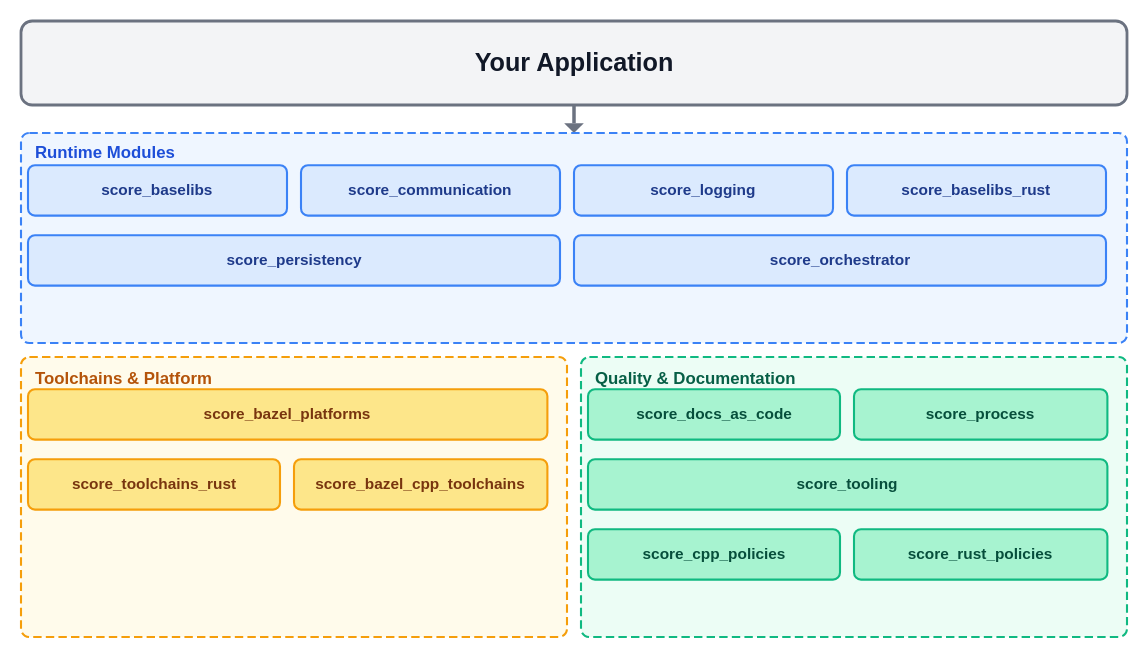
The draw.io diagram main/_images/module_deps.drawio.svg in MaximilianSoerenPollak/score, before a commit. Source tidied: cells renumbered, new cells last; positions are measured from the earlier drawing's top-left corner, leaving out a move shared by most shapes. Source of this version:
```xml
<mxGraphModel>
  <root>
    <mxCell id="0" />
    <mxCell id="1" parent="0" />
    <mxCell id="2" value="Your Application" style="rounded=1;whiteSpace=wrap;html=1;fillColor=#F3F4F6;strokeColor=#6B7280;fontStyle=1;fontSize=14;" parent="1" vertex="1">
      <mxGeometry width="790" height="60" as="geometry" />
    </mxCell>
    <mxCell id="3" value="Runtime Modules" style="rounded=1;html=1;fillColor=#EFF6FF;strokeColor=#3B82F6;dashed=1;dashPattern=6 3;verticalAlign=top;align=left;spacingLeft=8;spacingTop=2;fontStyle=1;fontSize=12;fontColor=#1D4ED8;" parent="1" vertex="1">
      <mxGeometry y="80" width="790" height="150" as="geometry" />
    </mxCell>
    <mxCell id="4" value="score_baselibs" style="rounded=1;whiteSpace=wrap;html=1;fillColor=#DBEAFE;strokeColor=#3B82F6;fontColor=#1E3A8A;fontStyle=1;" parent="1" vertex="1">
      <mxGeometry x="5" y="103" width="185" height="36" as="geometry" />
    </mxCell>
    <mxCell id="5" value="score_communication" style="rounded=1;whiteSpace=wrap;html=1;fillColor=#DBEAFE;strokeColor=#3B82F6;fontColor=#1E3A8A;fontStyle=1;" parent="1" vertex="1">
      <mxGeometry x="200" y="103" width="185" height="36" as="geometry" />
    </mxCell>
    <mxCell id="6" value="score_logging" style="rounded=1;whiteSpace=wrap;html=1;fillColor=#DBEAFE;strokeColor=#3B82F6;fontColor=#1E3A8A;fontStyle=1;" parent="1" vertex="1">
      <mxGeometry x="395" y="103" width="185" height="36" as="geometry" />
    </mxCell>
    <mxCell id="7" value="score_baselibs_rust" style="rounded=1;whiteSpace=wrap;html=1;fillColor=#DBEAFE;strokeColor=#3B82F6;fontColor=#1E3A8A;fontStyle=1;" parent="1" vertex="1">
      <mxGeometry x="590" y="103" width="185" height="36" as="geometry" />
    </mxCell>
    <mxCell id="8" value="score_persistency" style="rounded=1;whiteSpace=wrap;html=1;fillColor=#DBEAFE;strokeColor=#3B82F6;fontColor=#1E3A8A;fontStyle=1;" parent="1" vertex="1">
      <mxGeometry x="5" y="153" width="380" height="36" as="geometry" />
    </mxCell>
    <mxCell id="9" value="score_orchestrator" style="rounded=1;whiteSpace=wrap;html=1;fillColor=#DBEAFE;strokeColor=#3B82F6;fontColor=#1E3A8A;fontStyle=1;" parent="1" vertex="1">
      <mxGeometry x="395" y="153" width="380" height="36" as="geometry" />
    </mxCell>
    <mxCell id="10" value="Toolchains &amp; Platform" style="rounded=1;html=1;fillColor=#FFFBEB;strokeColor=#F59E0B;dashed=1;dashPattern=6 3;verticalAlign=top;align=left;spacingLeft=8;spacingTop=2;fontStyle=1;fontSize=12;fontColor=#B45309;" parent="1" vertex="1">
      <mxGeometry y="240" width="390" height="200" as="geometry" />
    </mxCell>
    <mxCell id="11" value="score_bazel_platforms" style="rounded=1;whiteSpace=wrap;html=1;fillColor=#FDE68A;strokeColor=#F59E0B;fontColor=#78350F;fontStyle=1;" parent="1" vertex="1">
      <mxGeometry x="5" y="263" width="371" height="36" as="geometry" />
    </mxCell>
    <mxCell id="12" value="score_toolchains_rust" style="rounded=1;whiteSpace=wrap;html=1;fillColor=#FDE68A;strokeColor=#F59E0B;fontColor=#78350F;fontStyle=1;" parent="1" vertex="1">
      <mxGeometry x="5" y="313" width="180" height="36" as="geometry" />
    </mxCell>
    <mxCell id="13" value="score_bazel_cpp_toolchains" style="rounded=1;whiteSpace=wrap;html=1;fillColor=#FDE68A;strokeColor=#F59E0B;fontColor=#78350F;fontStyle=1;" parent="1" vertex="1">
      <mxGeometry x="195" y="313" width="181" height="36" as="geometry" />
    </mxCell>
    <mxCell id="14" value="Quality &amp; Documentation" style="rounded=1;html=1;fillColor=#ECFDF5;strokeColor=#10B981;dashed=1;dashPattern=6 3;verticalAlign=top;align=left;spacingLeft=8;spacingTop=2;fontStyle=1;fontSize=12;fontColor=#065F46;" parent="1" vertex="1">
      <mxGeometry x="400" y="240" width="390" height="200" as="geometry" />
    </mxCell>
    <mxCell id="15" value="score_docs_as_code" style="rounded=1;whiteSpace=wrap;html=1;fillColor=#A7F3D0;strokeColor=#10B981;fontColor=#064E3B;fontStyle=1;" parent="1" vertex="1">
      <mxGeometry x="405" y="263" width="180" height="36" as="geometry" />
    </mxCell>
    <mxCell id="16" value="score_process" style="rounded=1;whiteSpace=wrap;html=1;fillColor=#A7F3D0;strokeColor=#10B981;fontColor=#064E3B;fontStyle=1;" parent="1" vertex="1">
      <mxGeometry x="595" y="263" width="181" height="36" as="geometry" />
    </mxCell>
    <mxCell id="17" value="score_tooling" style="rounded=1;whiteSpace=wrap;html=1;fillColor=#A7F3D0;strokeColor=#10B981;fontColor=#064E3B;fontStyle=1;" parent="1" vertex="1">
      <mxGeometry x="405" y="313" width="371" height="36" as="geometry" />
    </mxCell>
    <mxCell id="18" value="score_rust_policies" style="rounded=1;whiteSpace=wrap;html=1;fillColor=#A7F3D0;strokeColor=#10B981;fontColor=#064E3B;fontStyle=1;" parent="1" vertex="1">
      <mxGeometry x="595" y="363" width="181" height="36" as="geometry" />
    </mxCell>
    <mxCell id="19" value="score_cpp_policies" style="rounded=1;whiteSpace=wrap;html=1;fillColor=#A7F3D0;strokeColor=#10B981;fontColor=#064E3B;fontStyle=1;" parent="1" vertex="1">
      <mxGeometry x="405" y="363" width="180" height="36" as="geometry" />
    </mxCell>
    <mxCell id="20" style="edgeStyle=orthogonalEdgeStyle;rounded=0;jettySize=auto;exitX=0.5;exitY=1;exitDx=0;exitDy=0;entryX=0.5;entryY=0;entryDx=0;entryDy=0;strokeColor=#6B7280;strokeWidth=2.5;fillColor=#6B7280;" parent="1" edge="1" source="2" target="3">
      <mxGeometry relative="1" as="geometry" />
    </mxCell>
  </root>
</mxGraphModel>
```
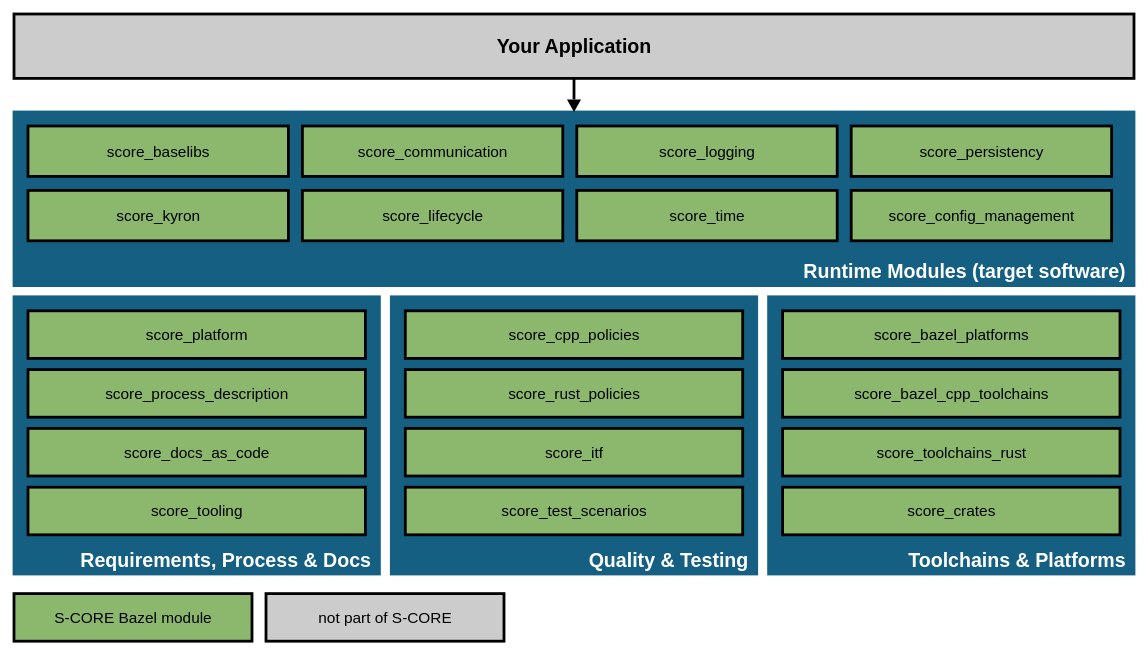
The same file after the commit.

What changed in the source:
```diff
@@ -2,62 +2,89 @@
   <root>
     <mxCell id="0" />
     <mxCell id="1" parent="0" />
-    <mxCell id="2" value="Your Application" style="rounded=1;whiteSpace=wrap;html=1;fillColor=#F3F4F6;strokeColor=#6B7280;fontStyle=1;fontSize=14;" parent="1" vertex="1">
-      <mxGeometry width="790" height="60" as="geometry" />
+    <mxCell id="2" value="Your Application" style="rounded=0;whiteSpace=wrap;html=1;strokeWidth=2;fillColor=#CCCCCC;strokeColor=#000000;fontColor=#000000;fontSize=14;spacing=4;fontStyle=1;" parent="1" vertex="1">
+      <mxGeometry x="-5" y="-5" width="800" height="46" as="geometry" />
     </mxCell>
-    <mxCell id="3" value="Runtime Modules" style="rounded=1;html=1;fillColor=#EFF6FF;strokeColor=#3B82F6;dashed=1;dashPattern=6 3;verticalAlign=top;align=left;spacingLeft=8;spacingTop=2;fontStyle=1;fontSize=12;fontColor=#1D4ED8;" parent="1" vertex="1">
-      <mxGeometry y="80" width="790" height="150" as="geometry" />
+    <mxCell id="3" value="Runtime Modules (target software)" style="rounded=0;whiteSpace=wrap;html=1;strokeWidth=2;fillColor=#156082;strokeColor=#156082;fontColor=#FFFFFF;fontStyle=1;fontSize=14;align=right;verticalAlign=bottom;spacing=4;" parent="1" vertex="1">
+      <mxGeometry x="-5" y="65" width="800" height="124" as="geometry" />
     </mxCell>
-    <mxCell id="4" value="score_baselibs" style="rounded=1;whiteSpace=wrap;html=1;fillColor=#DBEAFE;strokeColor=#3B82F6;fontColor=#1E3A8A;fontStyle=1;" parent="1" vertex="1">
-      <mxGeometry x="5" y="103" width="185" height="36" as="geometry" />
+    <mxCell id="4" style="endArrow=block;endFill=1;html=1;strokeWidth=2;strokeColor=#000000;" parent="1" edge="1" source="2" target="3">
+      <mxGeometry relative="1" as="geometry" />
     </mxCell>
-    <mxCell id="5" value="score_communication" style="rounded=1;whiteSpace=wrap;html=1;fillColor=#DBEAFE;strokeColor=#3B82F6;fontColor=#1E3A8A;fontStyle=1;" parent="1" vertex="1">
-      <mxGeometry x="200" y="103" width="185" height="36" as="geometry" />
+    <mxCell id="5" value="score_baselibs" style="rounded=0;whiteSpace=wrap;html=1;strokeWidth=2;fillColor=#8BB86D;strokeColor=#000000;fontColor=#000000;fontSize=11;spacing=4;" parent="1" vertex="1">
+      <mxGeometry x="5" y="75" width="186" height="36" as="geometry" />
     </mxCell>
-    <mxCell id="6" value="score_logging" style="rounded=1;whiteSpace=wrap;html=1;fillColor=#DBEAFE;strokeColor=#3B82F6;fontColor=#1E3A8A;fontStyle=1;" parent="1" vertex="1">
-      <mxGeometry x="395" y="103" width="185" height="36" as="geometry" />
+    <mxCell id="6" value="score_communication" style="rounded=0;whiteSpace=wrap;html=1;strokeWidth=2;fillColor=#8BB86D;strokeColor=#000000;fontColor=#000000;fontSize=11;spacing=4;" parent="1" vertex="1">
+      <mxGeometry x="201" y="75" width="186" height="36" as="geometry" />
     </mxCell>
-    <mxCell id="7" value="score_baselibs_rust" style="rounded=1;whiteSpace=wrap;html=1;fillColor=#DBEAFE;strokeColor=#3B82F6;fontColor=#1E3A8A;fontStyle=1;" parent="1" vertex="1">
-      <mxGeometry x="590" y="103" width="185" height="36" as="geometry" />
+    <mxCell id="7" value="score_logging" style="rounded=0;whiteSpace=wrap;html=1;strokeWidth=2;fillColor=#8BB86D;strokeColor=#000000;fontColor=#000000;fontSize=11;spacing=4;" parent="1" vertex="1">
+      <mxGeometry x="397" y="75" width="186" height="36" as="geometry" />
     </mxCell>
-    <mxCell id="8" value="score_persistency" style="rounded=1;whiteSpace=wrap;html=1;fillColor=#DBEAFE;strokeColor=#3B82F6;fontColor=#1E3A8A;fontStyle=1;" parent="1" vertex="1">
-      <mxGeometry x="5" y="153" width="380" height="36" as="geometry" />
+    <mxCell id="8" value="score_persistency" style="rounded=0;whiteSpace=wrap;html=1;strokeWidth=2;fillColor=#8BB86D;strokeColor=#000000;fontColor=#000000;fontSize=11;spacing=4;" parent="1" vertex="1">
+      <mxGeometry x="593" y="75" width="186" height="36" as="geometry" />
     </mxCell>
-    <mxCell id="9" value="score_orchestrator" style="rounded=1;whiteSpace=wrap;html=1;fillColor=#DBEAFE;strokeColor=#3B82F6;fontColor=#1E3A8A;fontStyle=1;" parent="1" vertex="1">
-      <mxGeometry x="395" y="153" width="380" height="36" as="geometry" />
+    <mxCell id="9" value="score_kyron" style="rounded=0;whiteSpace=wrap;html=1;strokeWidth=2;fillColor=#8BB86D;strokeColor=#000000;fontColor=#000000;fontSize=11;spacing=4;" parent="1" vertex="1">
+      <mxGeometry x="5" y="121" width="186" height="36" as="geometry" />
     </mxCell>
-    <mxCell id="10" value="Toolchains &amp; Platform" style="rounded=1;html=1;fillColor=#FFFBEB;strokeColor=#F59E0B;dashed=1;dashPattern=6 3;verticalAlign=top;align=left;spacingLeft=8;spacingTop=2;fontStyle=1;fontSize=12;fontColor=#B45309;" parent="1" vertex="1">
-      <mxGeometry y="240" width="390" height="200" as="geometry" />
+    <mxCell id="10" value="score_lifecycle" style="rounded=0;whiteSpace=wrap;html=1;strokeWidth=2;fillColor=#8BB86D;strokeColor=#000000;fontColor=#000000;fontSize=11;spacing=4;" parent="1" vertex="1">
+      <mxGeometry x="201" y="121" width="186" height="36" as="geometry" />
     </mxCell>
-    <mxCell id="11" value="score_bazel_platforms" style="rounded=1;whiteSpace=wrap;html=1;fillColor=#FDE68A;strokeColor=#F59E0B;fontColor=#78350F;fontStyle=1;" parent="1" vertex="1">
-      <mxGeometry x="5" y="263" width="371" height="36" as="geometry" />
+    <mxCell id="11" value="score_time" style="rounded=0;whiteSpace=wrap;html=1;strokeWidth=2;fillColor=#8BB86D;strokeColor=#000000;fontColor=#000000;fontSize=11;spacing=4;" parent="1" vertex="1">
+      <mxGeometry x="397" y="121" width="186" height="36" as="geometry" />
     </mxCell>
+    <mxCell id="21" value="score_config_management" style="rounded=0;whiteSpace=wrap;html=1;strokeWidth=2;fillColor=#8BB86D;strokeColor=#000000;fontColor=#000000;fontSize=11;spacing=4;" parent="1" vertex="1">
+      <mxGeometry x="593" y="121" width="186" height="36" as="geometry" />
+    </mxCell>
-    <mxCell id="12" value="score_toolchains_rust" style="rounded=1;whiteSpace=wrap;html=1;fillColor=#FDE68A;strokeColor=#F59E0B;fontColor=#78350F;fontStyle=1;" parent="1" vertex="1">
-      <mxGeometry x="5" y="313" width="180" height="36" as="geometry" />
+    <mxCell id="12" value="Requirements, Process &amp; Docs" style="rounded=0;whiteSpace=wrap;html=1;strokeWidth=2;fillColor=#156082;strokeColor=#156082;fontColor=#FFFFFF;fontStyle=1;fontSize=14;align=right;verticalAlign=bottom;spacing=4;" parent="1" vertex="1">
+      <mxGeometry x="-5" y="197" width="261" height="198" as="geometry" />
     </mxCell>
-    <mxCell id="13" value="score_bazel_cpp_toolchains" style="rounded=1;whiteSpace=wrap;html=1;fillColor=#FDE68A;strokeColor=#F59E0B;fontColor=#78350F;fontStyle=1;" parent="1" vertex="1">
-      <mxGeometry x="195" y="313" width="181" height="36" as="geometry" />
+    <mxCell id="13" value="score_platform" style="rounded=0;whiteSpace=wrap;html=1;strokeWidth=2;fillColor=#8BB86D;strokeColor=#000000;fontColor=#000000;fontSize=11;spacing=4;" parent="1" vertex="1">
+      <mxGeometry x="5" y="207" width="241" height="34" as="geometry" />
     </mxCell>
-    <mxCell id="14" value="Quality &amp; Documentation" style="rounded=1;html=1;fillColor=#ECFDF5;strokeColor=#10B981;dashed=1;dashPattern=6 3;verticalAlign=top;align=left;spacingLeft=8;spacingTop=2;fontStyle=1;fontSize=12;fontColor=#065F46;" parent="1" vertex="1">
-      <mxGeometry x="400" y="240" width="390" height="200" as="geometry" />
+    <mxCell id="14" value="score_process_description" style="rounded=0;whiteSpace=wrap;html=1;strokeWidth=2;fillColor=#8BB86D;strokeColor=#000000;fontColor=#000000;fontSize=11;spacing=4;" parent="1" vertex="1">
+      <mxGeometry x="5" y="249" width="241" height="34" as="geometry" />
     </mxCell>
-    <mxCell id="15" value="score_docs_as_code" style="rounded=1;whiteSpace=wrap;html=1;fillColor=#A7F3D0;strokeColor=#10B981;fontColor=#064E3B;fontStyle=1;" parent="1" vertex="1">
-      <mxGeometry x="405" y="263" width="180" height="36" as="geometry" />
+    <mxCell id="15" value="score_docs_as_code" style="rounded=0;whiteSpace=wrap;html=1;strokeWidth=2;fillColor=#8BB86D;strokeColor=#000000;fontColor=#000000;fontSize=11;spacing=4;" parent="1" vertex="1">
+      <mxGeometry x="5" y="291" width="241" height="34" as="geometry" />
     </mxCell>
-    <mxCell id="16" value="score_process" style="rounded=1;whiteSpace=wrap;html=1;fillColor=#A7F3D0;strokeColor=#10B981;fontColor=#064E3B;fontStyle=1;" parent="1" vertex="1">
-      <mxGeometry x="595" y="263" width="181" height="36" as="geometry" />
+    <mxCell id="16" value="score_tooling" style="rounded=0;whiteSpace=wrap;html=1;strokeWidth=2;fillColor=#8BB86D;strokeColor=#000000;fontColor=#000000;fontSize=11;spacing=4;" parent="1" vertex="1">
+      <mxGeometry x="5" y="333" width="241" height="34" as="geometry" />
     </mxCell>
-    <mxCell id="17" value="score_tooling" style="rounded=1;whiteSpace=wrap;html=1;fillColor=#A7F3D0;strokeColor=#10B981;fontColor=#064E3B;fontStyle=1;" parent="1" vertex="1">
-      <mxGeometry x="405" y="313" width="371" height="36" as="geometry" />
+    <mxCell id="17" value="Quality &amp; Testing" style="rounded=0;whiteSpace=wrap;html=1;strokeWidth=2;fillColor=#156082;strokeColor=#156082;fontColor=#FFFFFF;fontStyle=1;fontSize=14;align=right;verticalAlign=bottom;spacing=4;" parent="1" vertex="1">
+      <mxGeometry x="264.5" y="197" width="261" height="198" as="geometry" />
     </mxCell>
-    <mxCell id="18" value="score_rust_policies" style="rounded=1;whiteSpace=wrap;html=1;fillColor=#A7F3D0;strokeColor=#10B981;fontColor=#064E3B;fontStyle=1;" parent="1" vertex="1">
-      <mxGeometry x="595" y="363" width="181" height="36" as="geometry" />
+    <mxCell id="18" value="score_cpp_policies" style="rounded=0;whiteSpace=wrap;html=1;strokeWidth=2;fillColor=#8BB86D;strokeColor=#000000;fontColor=#000000;fontSize=11;spacing=4;" parent="1" vertex="1">
+      <mxGeometry x="274.5" y="207" width="241" height="34" as="geometry" />
     </mxCell>
+    <mxCell id="20" value="score_rust_policies" style="rounded=0;whiteSpace=wrap;html=1;strokeWidth=2;fillColor=#8BB86D;strokeColor=#000000;fontColor=#000000;fontSize=11;spacing=4;" parent="1" vertex="1">
+      <mxGeometry x="274.5" y="249" width="241" height="34" as="geometry" />
+    </mxCell>
-    <mxCell id="19" value="score_cpp_policies" style="rounded=1;whiteSpace=wrap;html=1;fillColor=#A7F3D0;strokeColor=#10B981;fontColor=#064E3B;fontStyle=1;" parent="1" vertex="1">
-      <mxGeometry x="405" y="363" width="180" height="36" as="geometry" />
+    <mxCell id="19" value="score_itf" style="rounded=0;whiteSpace=wrap;html=1;strokeWidth=2;fillColor=#8BB86D;strokeColor=#000000;fontColor=#000000;fontSize=11;spacing=4;" parent="1" vertex="1">
+      <mxGeometry x="274.5" y="291" width="241" height="34" as="geometry" />
     </mxCell>
-    <mxCell id="20" style="edgeStyle=orthogonalEdgeStyle;rounded=0;jettySize=auto;exitX=0.5;exitY=1;exitDx=0;exitDy=0;entryX=0.5;entryY=0;entryDx=0;entryDy=0;strokeColor=#6B7280;strokeWidth=2.5;fillColor=#6B7280;" parent="1" edge="1" source="2" target="3">
-      <mxGeometry relative="1" as="geometry" />
-    </mxCell>
+    <mxCell id="22" value="score_test_scenarios" style="rounded=0;whiteSpace=wrap;html=1;strokeWidth=2;fillColor=#8BB86D;strokeColor=#000000;fontColor=#000000;fontSize=11;spacing=4;" parent="1" vertex="1">
+      <mxGeometry x="274.5" y="333" width="241" height="34" as="geometry" />
+    </mxCell>
+    <mxCell id="23" value="Toolchains &amp; Platforms" style="rounded=0;whiteSpace=wrap;html=1;strokeWidth=2;fillColor=#156082;strokeColor=#156082;fontColor=#FFFFFF;fontStyle=1;fontSize=14;align=right;verticalAlign=bottom;spacing=4;" parent="1" vertex="1">
+      <mxGeometry x="534" y="197" width="261" height="198" as="geometry" />
+    </mxCell>
+    <mxCell id="24" value="score_bazel_platforms" style="rounded=0;whiteSpace=wrap;html=1;strokeWidth=2;fillColor=#8BB86D;strokeColor=#000000;fontColor=#000000;fontSize=11;spacing=4;" parent="1" vertex="1">
+      <mxGeometry x="544" y="207" width="241" height="34" as="geometry" />
+    </mxCell>
+    <mxCell id="25" value="score_bazel_cpp_toolchains" style="rounded=0;whiteSpace=wrap;html=1;strokeWidth=2;fillColor=#8BB86D;strokeColor=#000000;fontColor=#000000;fontSize=11;spacing=4;" parent="1" vertex="1">
+      <mxGeometry x="544" y="249" width="241" height="34" as="geometry" />
+    </mxCell>
+    <mxCell id="26" value="score_toolchains_rust" style="rounded=0;whiteSpace=wrap;html=1;strokeWidth=2;fillColor=#8BB86D;strokeColor=#000000;fontColor=#000000;fontSize=11;spacing=4;" parent="1" vertex="1">
+      <mxGeometry x="544" y="291" width="241" height="34" as="geometry" />
+    </mxCell>
+    <mxCell id="27" value="score_crates" style="rounded=0;whiteSpace=wrap;html=1;strokeWidth=2;fillColor=#8BB86D;strokeColor=#000000;fontColor=#000000;fontSize=11;spacing=4;" parent="1" vertex="1">
+      <mxGeometry x="544" y="333" width="241" height="34" as="geometry" />
+    </mxCell>
+    <mxCell id="28" value="S-CORE Bazel module" style="rounded=0;whiteSpace=wrap;html=1;strokeWidth=2;fillColor=#8BB86D;strokeColor=#000000;fontColor=#000000;fontSize=11;spacing=4;" parent="1" vertex="1">
+      <mxGeometry x="-5" y="409" width="170" height="34" as="geometry" />
+    </mxCell>
+    <mxCell id="29" value="not part of S-CORE" style="rounded=0;whiteSpace=wrap;html=1;strokeWidth=2;fillColor=#CCCCCC;strokeColor=#000000;fontColor=#000000;fontSize=11;spacing=4;" parent="1" vertex="1">
+      <mxGeometry x="175" y="409" width="170" height="34" as="geometry" />
+    </mxCell>
   </root>
 </mxGraphModel>
```
